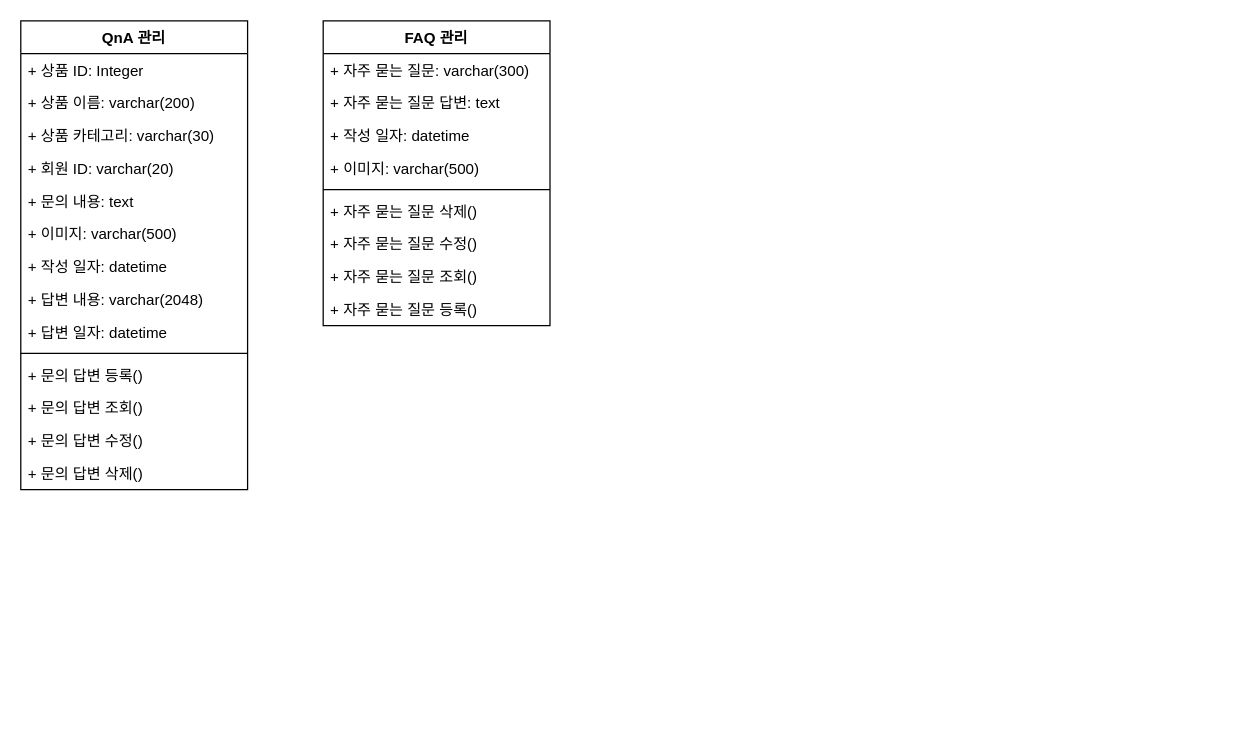
Above: Untitled Diagram.drawio in itsdam/go (draw.io), before the change. Source tidied: cells renumbered, new cells numbered last; positions are measured from the earlier drawing's top-left corner, leaving out a move shared by most shapes. Both pictures are drawn from the tidied source at 126%, with x=0, y=0 at pixel (20, 20).
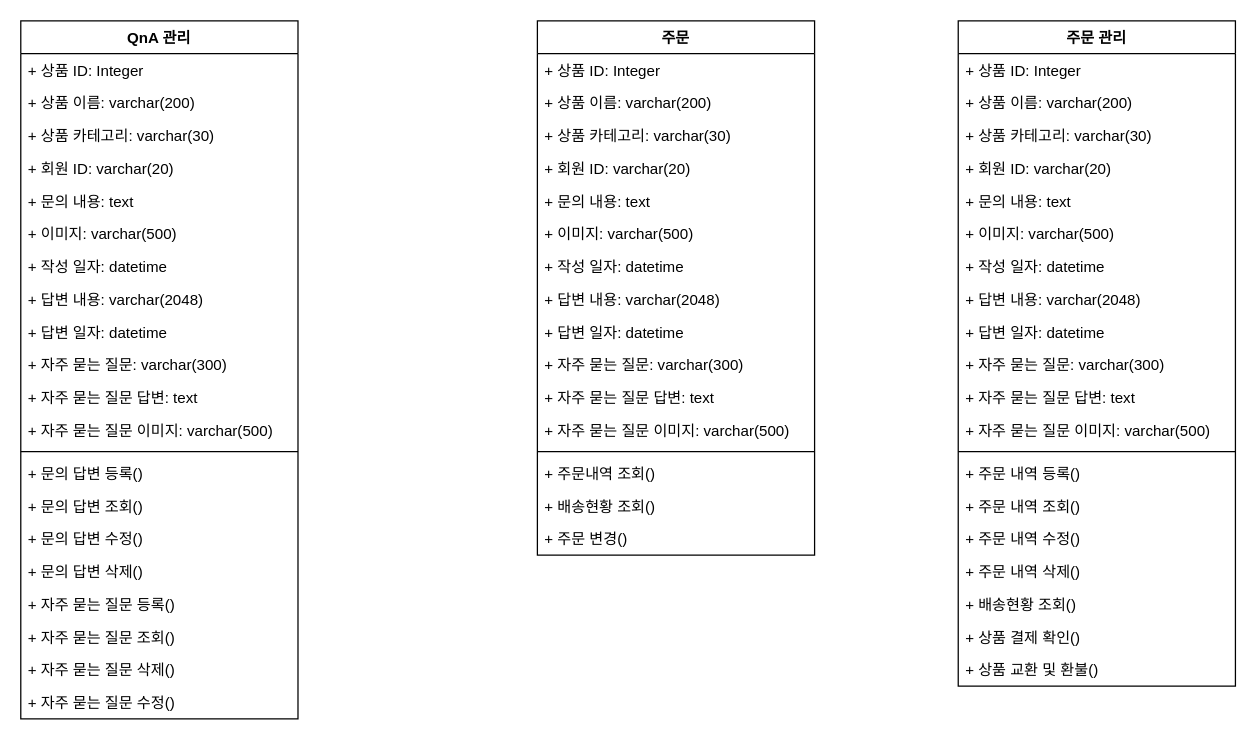
The same diagram, later.

What changed in the source:
```diff
@@
     <mxCell id="2" value="QnA 관리" style="swimlane;fontStyle=1;align=center;verticalAlign=top;horizontal=1;startSize=26;" parent="1" vertex="1">
-      <mxGeometry width="180" height="372" as="geometry" />
+      <mxGeometry width="220" height="554" as="geometry" />
     </mxCell>
     <mxCell id="3" value="+ 상품 ID: Integer" style="text;strokeColor=none;fillColor=none;align=left;verticalAlign=top;spacingLeft=4;spacingRight=4;overflow=hidden;" parent="2" vertex="1">
-      <mxGeometry y="26" width="180" height="26" as="geometry" />
+      <mxGeometry y="26" width="220" height="26" as="geometry" />
     </mxCell>
     <mxCell id="4" value="+ 상품 이름: varchar(200)" style="text;strokeColor=none;fillColor=none;align=left;verticalAlign=top;spacingLeft=4;spacingRight=4;overflow=hidden;" parent="2" vertex="1">
-      <mxGeometry y="52" width="180" height="26" as="geometry" />
+      <mxGeometry y="52" width="220" height="26" as="geometry" />
     </mxCell>
     <mxCell id="5" value="+ 상품 카테고리: varchar(30)" style="text;strokeColor=none;fillColor=none;align=left;verticalAlign=top;spacingLeft=4;spacingRight=4;overflow=hidden;" parent="2" vertex="1">
-      <mxGeometry y="78" width="180" height="26" as="geometry" />
+      <mxGeometry y="78" width="220" height="26" as="geometry" />
     </mxCell>
     <mxCell id="6" value="+ 회원 ID: varchar(20)" style="text;strokeColor=none;fillColor=none;align=left;verticalAlign=top;spacingLeft=4;spacingRight=4;overflow=hidden;" parent="2" vertex="1">
-      <mxGeometry y="104" width="180" height="26" as="geometry" />
+      <mxGeometry y="104" width="220" height="26" as="geometry" />
     </mxCell>
     <mxCell id="7" value="+ 문의 내용: text" style="text;strokeColor=none;fillColor=none;align=left;verticalAlign=top;spacingLeft=4;spacingRight=4;overflow=hidden;" parent="2" vertex="1">
-      <mxGeometry y="130" width="180" height="26" as="geometry" />
+      <mxGeometry y="130" width="220" height="26" as="geometry" />
     </mxCell>
     <mxCell id="8" value="+ 이미지: varchar(500)" style="text;strokeColor=none;fillColor=none;align=left;verticalAlign=top;spacingLeft=4;spacingRight=4;overflow=hidden;" parent="2" vertex="1">
-      <mxGeometry y="156" width="180" height="26" as="geometry" />
+      <mxGeometry y="156" width="220" height="26" as="geometry" />
     </mxCell>
     <mxCell id="9" value="+ 작성 일자: datetime" style="text;strokeColor=none;fillColor=none;align=left;verticalAlign=top;spacingLeft=4;spacingRight=4;overflow=hidden;" parent="2" vertex="1">
-      <mxGeometry y="182" width="180" height="26" as="geometry" />
+      <mxGeometry y="182" width="220" height="26" as="geometry" />
     </mxCell>
     <mxCell id="10" value="+ 답변 내용: varchar(2048)" style="text;strokeColor=none;fillColor=none;align=left;verticalAlign=top;spacingLeft=4;spacingRight=4;overflow=hidden;" parent="2" vertex="1">
-      <mxGeometry y="208" width="180" height="26" as="geometry" />
+      <mxGeometry y="208" width="220" height="26" as="geometry" />
     </mxCell>
     <mxCell id="11" value="+ 답변 일자: datetime" style="text;strokeColor=none;fillColor=none;align=left;verticalAlign=top;spacingLeft=4;spacingRight=4;overflow=hidden;" parent="2" vertex="1">
-      <mxGeometry y="234" width="180" height="26" as="geometry" />
+      <mxGeometry y="234" width="220" height="26" as="geometry" />
     </mxCell>
+    <mxCell id="18" value="+ 자주 묻는 질문: varchar(300)" style="text;strokeColor=none;fillColor=none;align=left;verticalAlign=top;spacingLeft=4;spacingRight=4;overflow=hidden;" parent="2" vertex="1">
+      <mxGeometry y="260" width="220" height="26" as="geometry" />
+    </mxCell>
+    <mxCell id="19" value="+ 자주 묻는 질문 답변: text" style="text;strokeColor=none;fillColor=none;align=left;verticalAlign=top;spacingLeft=4;spacingRight=4;overflow=hidden;" parent="2" vertex="1">
+      <mxGeometry y="286" width="220" height="26" as="geometry" />
+    </mxCell>
+    <mxCell id="21" value="+ 자주 묻는 질문 이미지: varchar(500)" style="text;strokeColor=none;fillColor=none;align=left;verticalAlign=top;spacingLeft=4;spacingRight=4;overflow=hidden;" parent="2" vertex="1">
+      <mxGeometry y="312" width="220" height="26" as="geometry" />
+    </mxCell>
     <mxCell id="12" style="line;strokeWidth=1;fillColor=none;align=left;verticalAlign=middle;spacingTop=-1;spacingLeft=3;spacingRight=3;labelPosition=right;" parent="2" vertex="1">
-      <mxGeometry y="260" width="180" height="8" as="geometry" />
+      <mxGeometry y="338" width="220" height="8" as="geometry" />
     </mxCell>
     <mxCell id="13" value="+ 문의 답변 등록()" style="text;strokeColor=none;fillColor=none;align=left;verticalAlign=top;spacingLeft=4;spacingRight=4;overflow=hidden;" parent="2" vertex="1">
-      <mxGeometry y="268" width="180" height="26" as="geometry" />
+      <mxGeometry y="346" width="220" height="26" as="geometry" />
     </mxCell>
     <mxCell id="14" value="+ 문의 답변 조회()" style="text;strokeColor=none;fillColor=none;align=left;verticalAlign=top;spacingLeft=4;spacingRight=4;overflow=hidden;" parent="2" vertex="1">
-      <mxGeometry y="294" width="180" height="26" as="geometry" />
+      <mxGeometry y="372" width="220" height="26" as="geometry" />
     </mxCell>
     <mxCell id="15" value="+ 문의 답변 수정()" style="text;strokeColor=none;fillColor=none;align=left;verticalAlign=top;spacingLeft=4;spacingRight=4;overflow=hidden;" parent="2" vertex="1">
-      <mxGeometry y="320" width="180" height="26" as="geometry" />
+      <mxGeometry y="398" width="220" height="26" as="geometry" />
     </mxCell>
     <mxCell id="16" value="+ 문의 답변 삭제()" style="text;strokeColor=none;fillColor=none;align=left;verticalAlign=top;spacingLeft=4;spacingRight=4;overflow=hidden;" parent="2" vertex="1">
-      <mxGeometry y="346" width="180" height="26" as="geometry" />
+      <mxGeometry y="424" width="220" height="26" as="geometry" />
     </mxCell>
-    <mxCell id="17" value="FAQ 관리" style="swimlane;fontStyle=1;align=center;verticalAlign=top;horizontal=1;startSize=26;" parent="1" vertex="1">
-      <mxGeometry x="240" width="180" height="242" as="geometry" />
-    </mxCell>
-    <mxCell id="18" value="+ 자주 묻는 질문: varchar(300)" style="text;strokeColor=none;fillColor=none;align=left;verticalAlign=top;spacingLeft=4;spacingRight=4;overflow=hidden;" parent="17" vertex="1">
-      <mxGeometry y="26" width="180" height="26" as="geometry" />
-    </mxCell>
-    <mxCell id="19" value="+ 자주 묻는 질문 답변: text" style="text;strokeColor=none;fillColor=none;align=left;verticalAlign=top;spacingLeft=4;spacingRight=4;overflow=hidden;" parent="17" vertex="1">
-      <mxGeometry y="52" width="180" height="26" as="geometry" />
-    </mxCell>
-    <mxCell id="20" value="+ 작성 일자: datetime" style="text;strokeColor=none;fillColor=none;align=left;verticalAlign=top;spacingLeft=4;spacingRight=4;overflow=hidden;" parent="17" vertex="1">
-      <mxGeometry y="78" width="180" height="26" as="geometry" />
-    </mxCell>
-    <mxCell id="21" value="+ 이미지: varchar(500)" style="text;strokeColor=none;fillColor=none;align=left;verticalAlign=top;spacingLeft=4;spacingRight=4;overflow=hidden;" parent="17" vertex="1">
-      <mxGeometry y="104" width="180" height="26" as="geometry" />
-    </mxCell>
-    <mxCell id="22" style="line;strokeWidth=1;fillColor=none;align=left;verticalAlign=middle;spacingTop=-1;spacingLeft=3;spacingRight=3;labelPosition=right;" parent="17" vertex="1">
-      <mxGeometry y="130" width="180" height="8" as="geometry" />
-    </mxCell>
+    <mxCell id="26" value="+ 자주 묻는 질문 등록()" style="text;strokeColor=none;fillColor=none;align=left;verticalAlign=top;spacingLeft=4;spacingRight=4;overflow=hidden;" parent="2" vertex="1">
+      <mxGeometry y="450" width="220" height="26" as="geometry" />
+    </mxCell>
+    <mxCell id="25" value="+ 자주 묻는 질문 조회()" style="text;strokeColor=none;fillColor=none;align=left;verticalAlign=top;spacingLeft=4;spacingRight=4;overflow=hidden;" parent="2" vertex="1">
+      <mxGeometry y="476" width="220" height="26" as="geometry" />
+    </mxCell>
-    <mxCell id="23" value="+ 자주 묻는 질문 삭제()" style="text;strokeColor=none;fillColor=none;align=left;verticalAlign=top;spacingLeft=4;spacingRight=4;overflow=hidden;" parent="17" vertex="1">
-      <mxGeometry y="138" width="180" height="26" as="geometry" />
+    <mxCell id="23" value="+ 자주 묻는 질문 삭제()" style="text;strokeColor=none;fillColor=none;align=left;verticalAlign=top;spacingLeft=4;spacingRight=4;overflow=hidden;" parent="2" vertex="1">
+      <mxGeometry y="502" width="220" height="26" as="geometry" />
     </mxCell>
-    <mxCell id="24" value="+ 자주 묻는 질문 수정()" style="text;strokeColor=none;fillColor=none;align=left;verticalAlign=top;spacingLeft=4;spacingRight=4;overflow=hidden;" parent="17" vertex="1">
-      <mxGeometry y="164" width="180" height="26" as="geometry" />
+    <mxCell id="24" value="+ 자주 묻는 질문 수정()" style="text;strokeColor=none;fillColor=none;align=left;verticalAlign=top;spacingLeft=4;spacingRight=4;overflow=hidden;" parent="2" vertex="1">
+      <mxGeometry y="528" width="220" height="26" as="geometry" />
     </mxCell>
-    <mxCell id="25" value="+ 자주 묻는 질문 조회()" style="text;strokeColor=none;fillColor=none;align=left;verticalAlign=top;spacingLeft=4;spacingRight=4;overflow=hidden;" parent="17" vertex="1">
-      <mxGeometry y="190" width="180" height="26" as="geometry" />
-    </mxCell>
-    <mxCell id="26" value="+ 자주 묻는 질문 등록()" style="text;strokeColor=none;fillColor=none;align=left;verticalAlign=top;spacingLeft=4;spacingRight=4;overflow=hidden;" parent="17" vertex="1">
-      <mxGeometry y="216" width="180" height="26" as="geometry" />
-    </mxCell>
+    <mxCell id="27" value="주문" style="swimlane;fontStyle=1;align=center;verticalAlign=top;horizontal=1;startSize=26;" parent="1" vertex="1">
+      <mxGeometry x="410" width="220" height="424" as="geometry" />
+    </mxCell>
+    <mxCell id="28" value="+ 상품 ID: Integer" style="text;strokeColor=none;fillColor=none;align=left;verticalAlign=top;spacingLeft=4;spacingRight=4;overflow=hidden;" parent="27" vertex="1">
+      <mxGeometry y="26" width="220" height="26" as="geometry" />
+    </mxCell>
+    <mxCell id="29" value="+ 상품 이름: varchar(200)" style="text;strokeColor=none;fillColor=none;align=left;verticalAlign=top;spacingLeft=4;spacingRight=4;overflow=hidden;" parent="27" vertex="1">
+      <mxGeometry y="52" width="220" height="26" as="geometry" />
+    </mxCell>
+    <mxCell id="30" value="+ 상품 카테고리: varchar(30)" style="text;strokeColor=none;fillColor=none;align=left;verticalAlign=top;spacingLeft=4;spacingRight=4;overflow=hidden;" parent="27" vertex="1">
+      <mxGeometry y="78" width="220" height="26" as="geometry" />
+    </mxCell>
+    <mxCell id="31" value="+ 회원 ID: varchar(20)" style="text;strokeColor=none;fillColor=none;align=left;verticalAlign=top;spacingLeft=4;spacingRight=4;overflow=hidden;" parent="27" vertex="1">
+      <mxGeometry y="104" width="220" height="26" as="geometry" />
+    </mxCell>
+    <mxCell id="32" value="+ 문의 내용: text" style="text;strokeColor=none;fillColor=none;align=left;verticalAlign=top;spacingLeft=4;spacingRight=4;overflow=hidden;" parent="27" vertex="1">
+      <mxGeometry y="130" width="220" height="26" as="geometry" />
+    </mxCell>
+    <mxCell id="33" value="+ 이미지: varchar(500)" style="text;strokeColor=none;fillColor=none;align=left;verticalAlign=top;spacingLeft=4;spacingRight=4;overflow=hidden;" parent="27" vertex="1">
+      <mxGeometry y="156" width="220" height="26" as="geometry" />
+    </mxCell>
+    <mxCell id="34" value="+ 작성 일자: datetime" style="text;strokeColor=none;fillColor=none;align=left;verticalAlign=top;spacingLeft=4;spacingRight=4;overflow=hidden;" parent="27" vertex="1">
+      <mxGeometry y="182" width="220" height="26" as="geometry" />
+    </mxCell>
+    <mxCell id="35" value="+ 답변 내용: varchar(2048)" style="text;strokeColor=none;fillColor=none;align=left;verticalAlign=top;spacingLeft=4;spacingRight=4;overflow=hidden;" parent="27" vertex="1">
+      <mxGeometry y="208" width="220" height="26" as="geometry" />
+    </mxCell>
+    <mxCell id="36" value="+ 답변 일자: datetime" style="text;strokeColor=none;fillColor=none;align=left;verticalAlign=top;spacingLeft=4;spacingRight=4;overflow=hidden;" parent="27" vertex="1">
+      <mxGeometry y="234" width="220" height="26" as="geometry" />
+    </mxCell>
+    <mxCell id="37" value="+ 자주 묻는 질문: varchar(300)" style="text;strokeColor=none;fillColor=none;align=left;verticalAlign=top;spacingLeft=4;spacingRight=4;overflow=hidden;" parent="27" vertex="1">
+      <mxGeometry y="260" width="220" height="26" as="geometry" />
+    </mxCell>
+    <mxCell id="38" value="+ 자주 묻는 질문 답변: text" style="text;strokeColor=none;fillColor=none;align=left;verticalAlign=top;spacingLeft=4;spacingRight=4;overflow=hidden;" parent="27" vertex="1">
+      <mxGeometry y="286" width="220" height="26" as="geometry" />
+    </mxCell>
+    <mxCell id="39" value="+ 자주 묻는 질문 이미지: varchar(500)" style="text;strokeColor=none;fillColor=none;align=left;verticalAlign=top;spacingLeft=4;spacingRight=4;overflow=hidden;" parent="27" vertex="1">
+      <mxGeometry y="312" width="220" height="26" as="geometry" />
+    </mxCell>
+    <mxCell id="40" style="line;strokeWidth=1;fillColor=none;align=left;verticalAlign=middle;spacingTop=-1;spacingLeft=3;spacingRight=3;labelPosition=right;" parent="27" vertex="1">
+      <mxGeometry y="338" width="220" height="8" as="geometry" />
+    </mxCell>
+    <mxCell id="41" value="+ 주문내역 조회()" style="text;strokeColor=none;fillColor=none;align=left;verticalAlign=top;spacingLeft=4;spacingRight=4;overflow=hidden;" parent="27" vertex="1">
+      <mxGeometry y="346" width="220" height="26" as="geometry" />
+    </mxCell>
+    <mxCell id="42" value="+ 배송현황 조회()" style="text;strokeColor=none;fillColor=none;align=left;verticalAlign=top;spacingLeft=4;spacingRight=4;overflow=hidden;" parent="27" vertex="1">
+      <mxGeometry y="372" width="220" height="26" as="geometry" />
+    </mxCell>
+    <mxCell id="43" value="+ 주문 변경()" style="text;strokeColor=none;fillColor=none;align=left;verticalAlign=top;spacingLeft=4;spacingRight=4;overflow=hidden;" parent="27" vertex="1">
+      <mxGeometry y="398" width="220" height="26" as="geometry" />
+    </mxCell>
+    <mxCell id="44" value="주문 관리" style="swimlane;fontStyle=1;align=center;verticalAlign=top;horizontal=1;startSize=26;" parent="1" vertex="1">
+      <mxGeometry x="744" width="220" height="528" as="geometry" />
+    </mxCell>
+    <mxCell id="45" value="+ 상품 ID: Integer" style="text;strokeColor=none;fillColor=none;align=left;verticalAlign=top;spacingLeft=4;spacingRight=4;overflow=hidden;" parent="44" vertex="1">
+      <mxGeometry y="26" width="220" height="26" as="geometry" />
+    </mxCell>
+    <mxCell id="46" value="+ 상품 이름: varchar(200)" style="text;strokeColor=none;fillColor=none;align=left;verticalAlign=top;spacingLeft=4;spacingRight=4;overflow=hidden;" parent="44" vertex="1">
+      <mxGeometry y="52" width="220" height="26" as="geometry" />
+    </mxCell>
+    <mxCell id="47" value="+ 상품 카테고리: varchar(30)" style="text;strokeColor=none;fillColor=none;align=left;verticalAlign=top;spacingLeft=4;spacingRight=4;overflow=hidden;" parent="44" vertex="1">
+      <mxGeometry y="78" width="220" height="26" as="geometry" />
+    </mxCell>
+    <mxCell id="48" value="+ 회원 ID: varchar(20)" style="text;strokeColor=none;fillColor=none;align=left;verticalAlign=top;spacingLeft=4;spacingRight=4;overflow=hidden;" parent="44" vertex="1">
+      <mxGeometry y="104" width="220" height="26" as="geometry" />
+    </mxCell>
+    <mxCell id="49" value="+ 문의 내용: text" style="text;strokeColor=none;fillColor=none;align=left;verticalAlign=top;spacingLeft=4;spacingRight=4;overflow=hidden;" parent="44" vertex="1">
+      <mxGeometry y="130" width="220" height="26" as="geometry" />
+    </mxCell>
+    <mxCell id="50" value="+ 이미지: varchar(500)" style="text;strokeColor=none;fillColor=none;align=left;verticalAlign=top;spacingLeft=4;spacingRight=4;overflow=hidden;" parent="44" vertex="1">
+      <mxGeometry y="156" width="220" height="26" as="geometry" />
+    </mxCell>
+    <mxCell id="51" value="+ 작성 일자: datetime" style="text;strokeColor=none;fillColor=none;align=left;verticalAlign=top;spacingLeft=4;spacingRight=4;overflow=hidden;" parent="44" vertex="1">
+      <mxGeometry y="182" width="220" height="26" as="geometry" />
+    </mxCell>
+    <mxCell id="52" value="+ 답변 내용: varchar(2048)" style="text;strokeColor=none;fillColor=none;align=left;verticalAlign=top;spacingLeft=4;spacingRight=4;overflow=hidden;" parent="44" vertex="1">
+      <mxGeometry y="208" width="220" height="26" as="geometry" />
+    </mxCell>
+    <mxCell id="53" value="+ 답변 일자: datetime" style="text;strokeColor=none;fillColor=none;align=left;verticalAlign=top;spacingLeft=4;spacingRight=4;overflow=hidden;" parent="44" vertex="1">
+      <mxGeometry y="234" width="220" height="26" as="geometry" />
+    </mxCell>
+    <mxCell id="54" value="+ 자주 묻는 질문: varchar(300)" style="text;strokeColor=none;fillColor=none;align=left;verticalAlign=top;spacingLeft=4;spacingRight=4;overflow=hidden;" parent="44" vertex="1">
+      <mxGeometry y="260" width="220" height="26" as="geometry" />
+    </mxCell>
+    <mxCell id="55" value="+ 자주 묻는 질문 답변: text" style="text;strokeColor=none;fillColor=none;align=left;verticalAlign=top;spacingLeft=4;spacingRight=4;overflow=hidden;" parent="44" vertex="1">
+      <mxGeometry y="286" width="220" height="26" as="geometry" />
+    </mxCell>
+    <mxCell id="56" value="+ 자주 묻는 질문 이미지: varchar(500)" style="text;strokeColor=none;fillColor=none;align=left;verticalAlign=top;spacingLeft=4;spacingRight=4;overflow=hidden;" parent="44" vertex="1">
+      <mxGeometry y="312" width="220" height="26" as="geometry" />
+    </mxCell>
+    <mxCell id="57" style="line;strokeWidth=1;fillColor=none;align=left;verticalAlign=middle;spacingTop=-1;spacingLeft=3;spacingRight=3;labelPosition=right;" parent="44" vertex="1">
+      <mxGeometry y="338" width="220" height="8" as="geometry" />
+    </mxCell>
+    <mxCell id="58" value="+ 주문 내역 등록()" style="text;strokeColor=none;fillColor=none;align=left;verticalAlign=top;spacingLeft=4;spacingRight=4;overflow=hidden;" parent="44" vertex="1">
+      <mxGeometry y="346" width="220" height="26" as="geometry" />
+    </mxCell>
+    <mxCell id="59" value="+ 주문 내역 조회()" style="text;strokeColor=none;fillColor=none;align=left;verticalAlign=top;spacingLeft=4;spacingRight=4;overflow=hidden;" parent="44" vertex="1">
+      <mxGeometry y="372" width="220" height="26" as="geometry" />
+    </mxCell>
+    <mxCell id="60" value="+ 주문 내역 수정()" style="text;strokeColor=none;fillColor=none;align=left;verticalAlign=top;spacingLeft=4;spacingRight=4;overflow=hidden;" parent="44" vertex="1">
+      <mxGeometry y="398" width="220" height="26" as="geometry" />
+    </mxCell>
+    <mxCell id="61" value="+ 주문 내역 삭제()" style="text;strokeColor=none;fillColor=none;align=left;verticalAlign=top;spacingLeft=4;spacingRight=4;overflow=hidden;" parent="44" vertex="1">
+      <mxGeometry y="424" width="220" height="26" as="geometry" />
+    </mxCell>
+    <mxCell id="62" value="+ 배송현황 조회()" style="text;strokeColor=none;fillColor=none;align=left;verticalAlign=top;spacingLeft=4;spacingRight=4;overflow=hidden;" parent="44" vertex="1">
+      <mxGeometry y="450" width="220" height="26" as="geometry" />
+    </mxCell>
+    <mxCell id="63" value="+ 상품 결제 확인()" style="text;strokeColor=none;fillColor=none;align=left;verticalAlign=top;spacingLeft=4;spacingRight=4;overflow=hidden;" parent="44" vertex="1">
+      <mxGeometry y="476" width="220" height="26" as="geometry" />
+    </mxCell>
+    <mxCell id="64" value="+ 상품 교환 및 환불()" style="text;strokeColor=none;fillColor=none;align=left;verticalAlign=top;spacingLeft=4;spacingRight=4;overflow=hidden;" parent="44" vertex="1">
+      <mxGeometry y="502" width="220" height="26" as="geometry" />
+    </mxCell>
```
